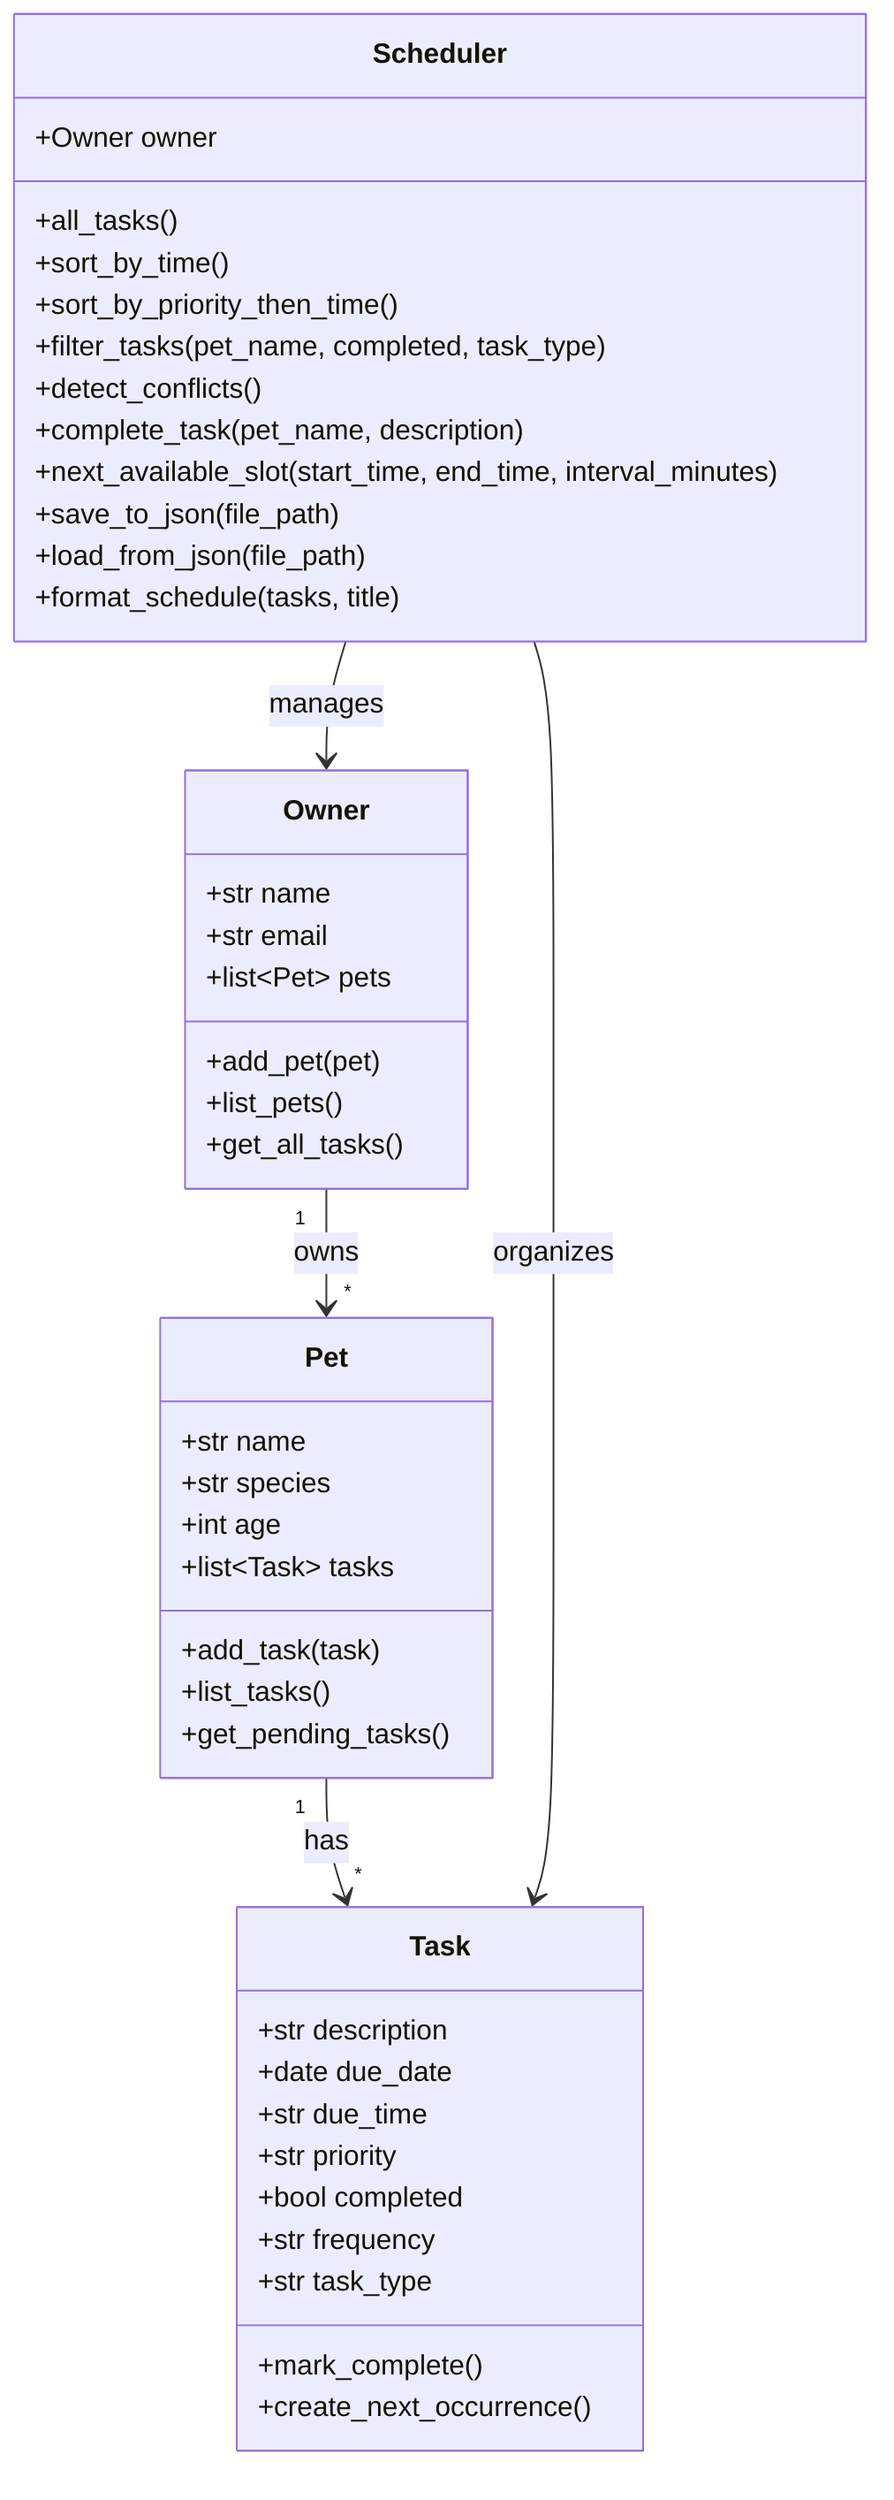
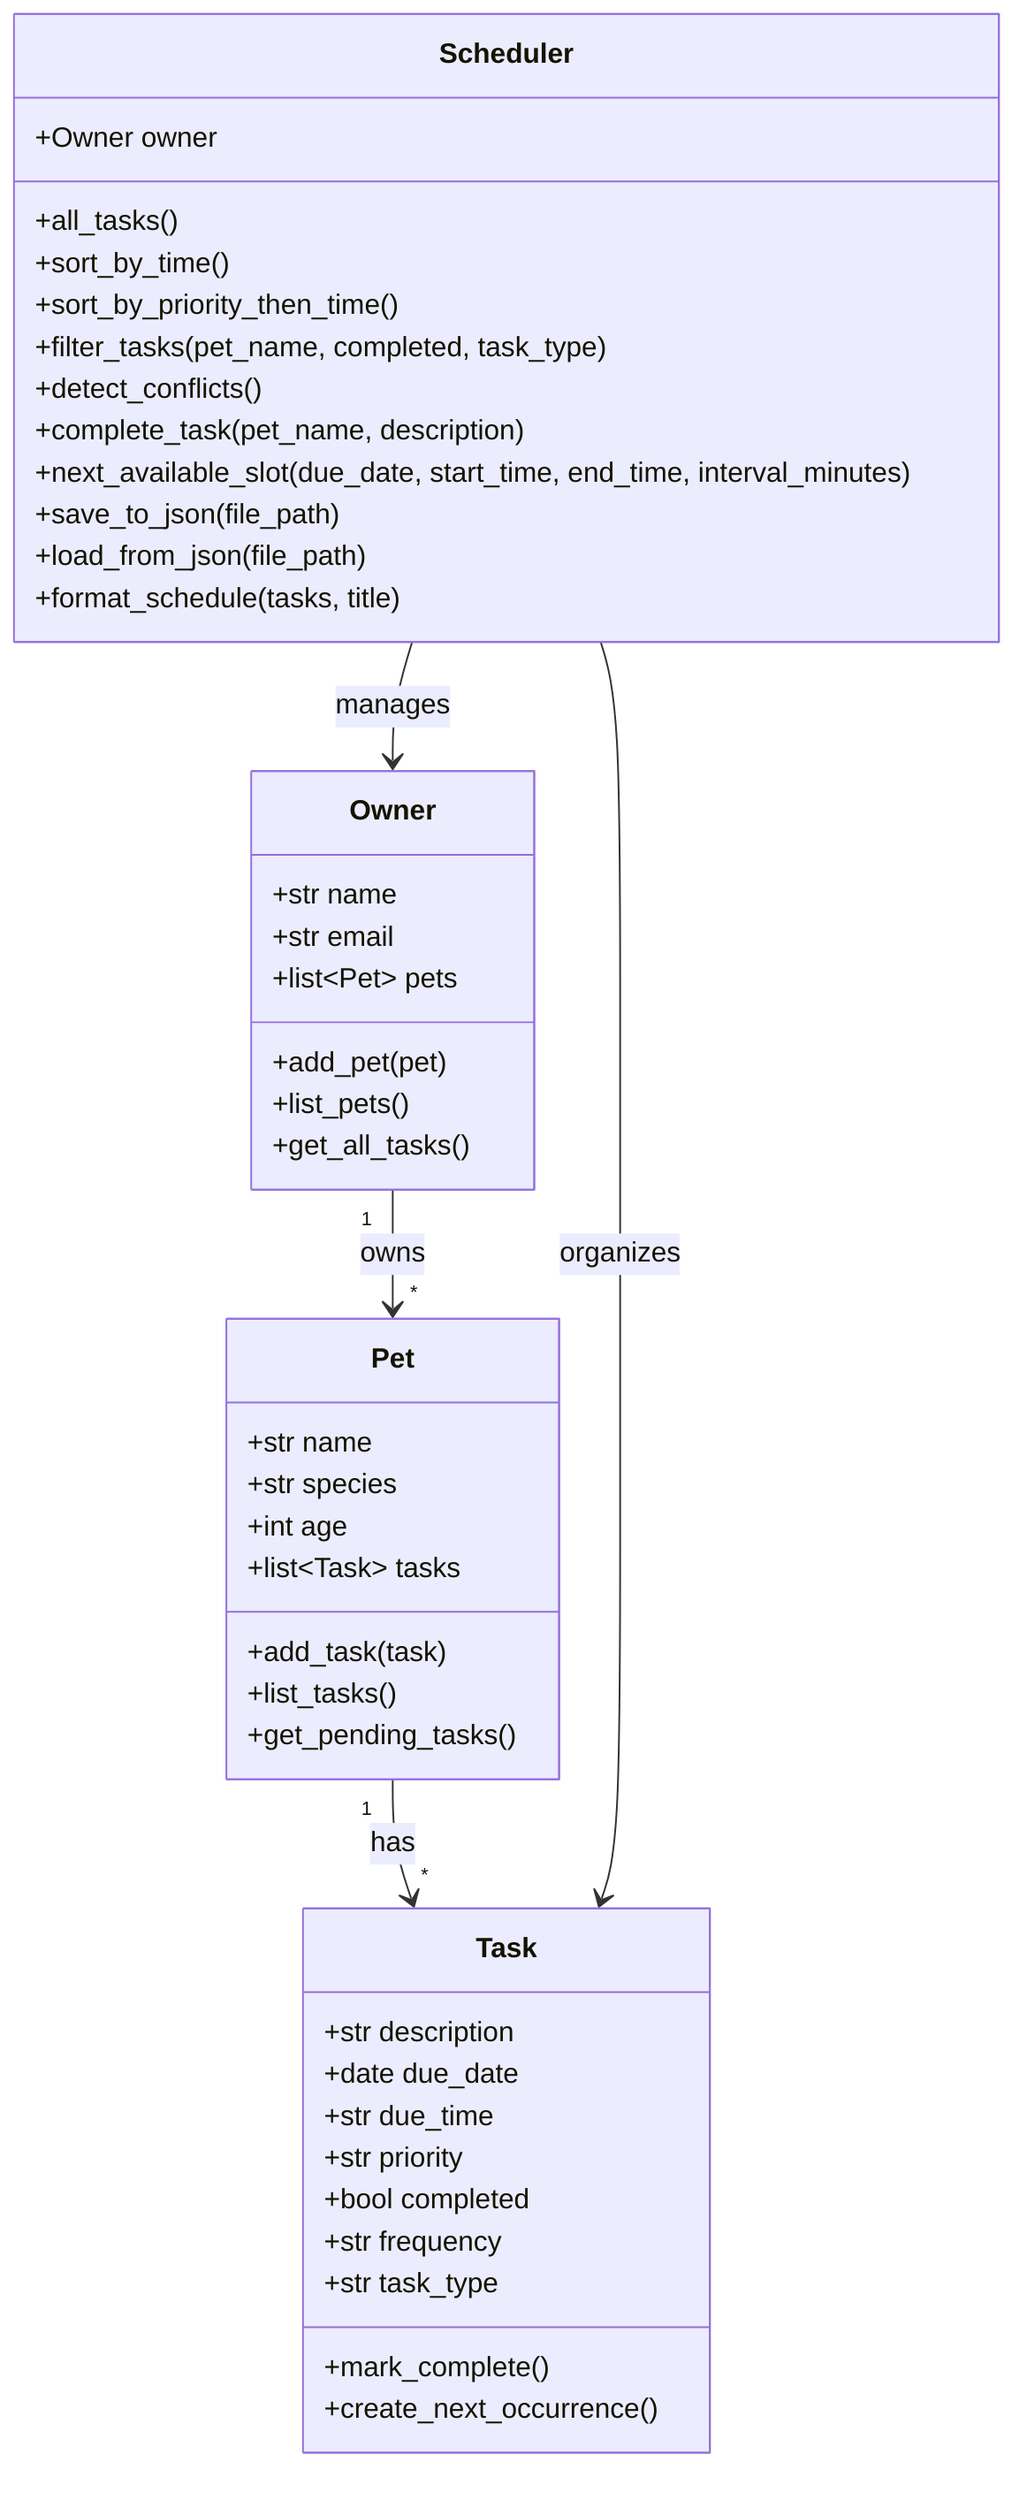
+ %% Draft UML created during initial system design. Final version was updated in uml_final.mmd after implementation.
classDiagram
    class Owner {
        +str name
        +str email
        +list~Pet~ pets
        +add_pet(pet)
        +list_pets()
        +get_all_tasks()
    }

    class Pet {
        +str name
        +str species
        +int age
        +list~Task~ tasks
        +add_task(task)
        +list_tasks()
        +get_pending_tasks()
    }

    class Task {
        +str description
        +date due_date
        +str due_time
        +str priority
        +bool completed
        +str frequency
        +str task_type
        +mark_complete()
        +create_next_occurrence()
    }

    class Scheduler {
        +Owner owner
        +all_tasks()
        +sort_by_time()
        +sort_by_priority_then_time()
        +filter_tasks(pet_name, completed, task_type)
        +detect_conflicts()
        +complete_task(pet_name, description)
-         +next_available_slot(start_time, end_time, interval_minutes)
+         +next_available_slot(due_date, start_time, end_time, interval_minutes)
        +save_to_json(file_path)
        +load_from_json(file_path)
        +format_schedule(tasks, title)
    }

    Owner "1" --> "*" Pet : owns
    Pet "1" --> "*" Task : has
    Scheduler --> Owner : manages
    Scheduler --> Task : organizes